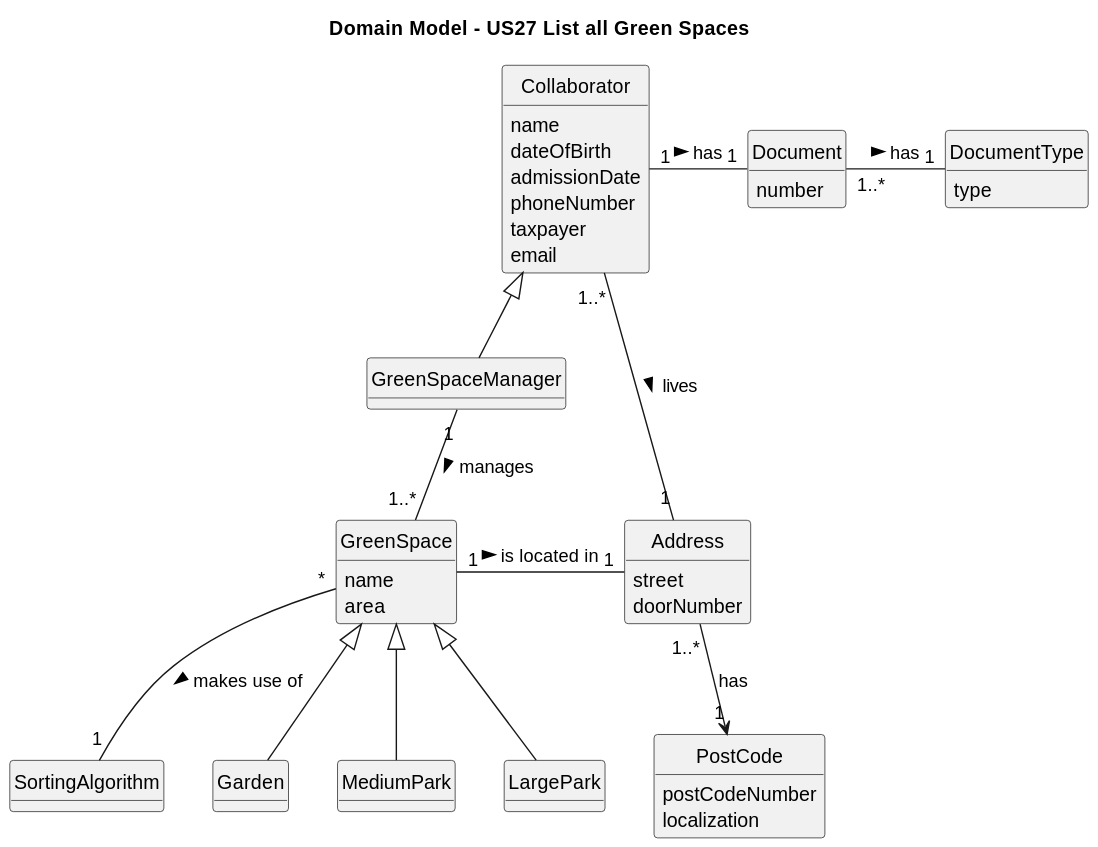
Above: docs/sprint3/us27/02.analysis/svg/us27-domain-model.svg in Departamento-de-Engenharia-Informatica/lei-24-s2-1db-g022 (PlantUML), before the change.
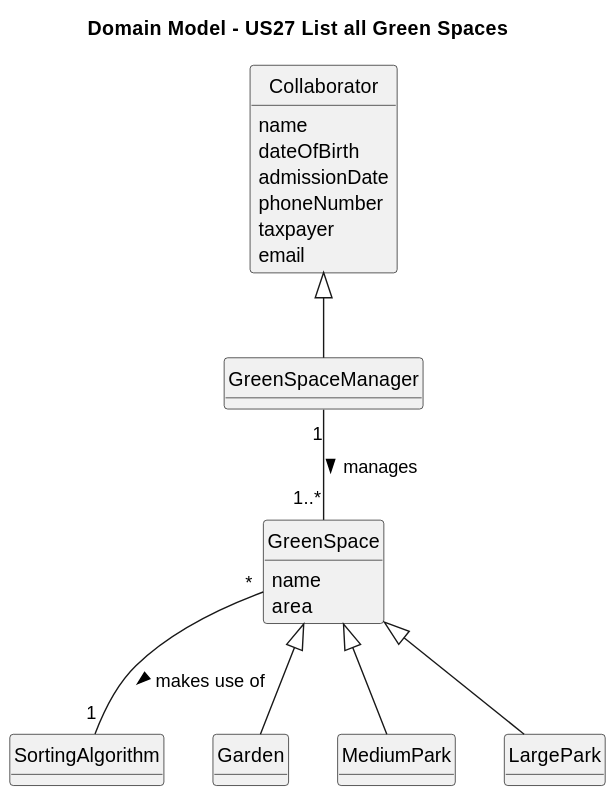
Above is the later version.

The edit, as a diff of the source:
```diff
@@ -15,24 +15,6 @@
     phoneNumber
     taxpayer
     email
-}
-
-class Document{
-    number
-}
-
-class DocumentType{
-    type
-}
-
-class Address {
-    street
-    doorNumber
-}
-
-class PostCode {
-    postCodeNumber
-    localization
 }
 
 class GreenSpaceManager {
@@ -55,17 +37,10 @@
 class LargePark {
 }
 
-Collaborator "1..*" -- "1" Address : lives >
 Collaborator  <|--  GreenSpaceManager
-Collaborator "1" - "1" Document : has >
-
-Address "1..*" --> "1" PostCode : has
-
-Document "1..*" - "1" DocumentType : has >
 
 GreenSpaceManager "1" -- "1..*" GreenSpace : manages >
 
-GreenSpace "1" - "1" Address : is located in >
 GreenSpace "*" -- "1" SortingAlgorithm : makes use of >
 GreenSpace <|-- Garden
 GreenSpace <|-- MediumPark
```
